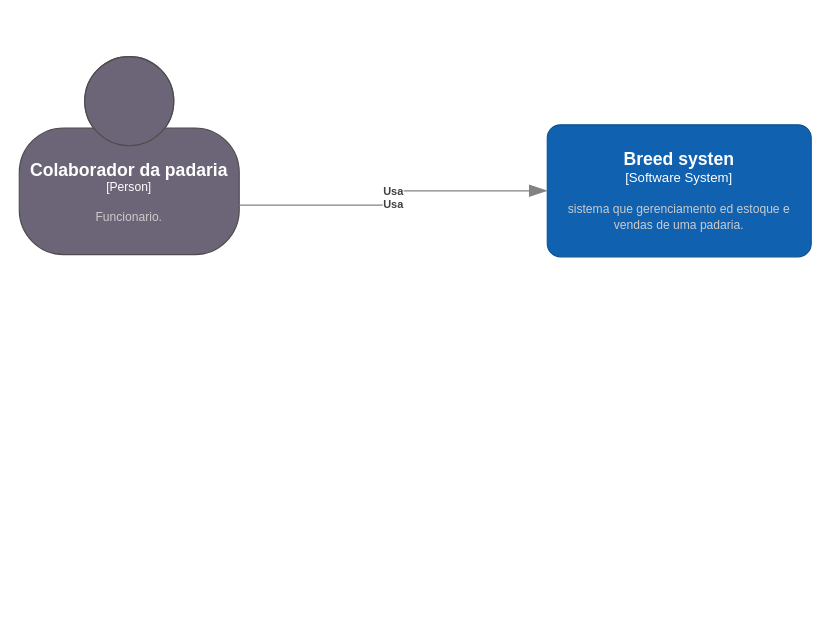
Above: diagrama_padaria.drawio in EduJobs015/web_01_2024 (draw.io), before the change. Source tidied: cells renumbered, new cells numbered last; positions are measured from the earlier drawing's top-left corner, leaving out a move shared by most shapes. Both pictures are drawn from the tidied source at 110%, with x=0, y=0 at pixel (19, 56).
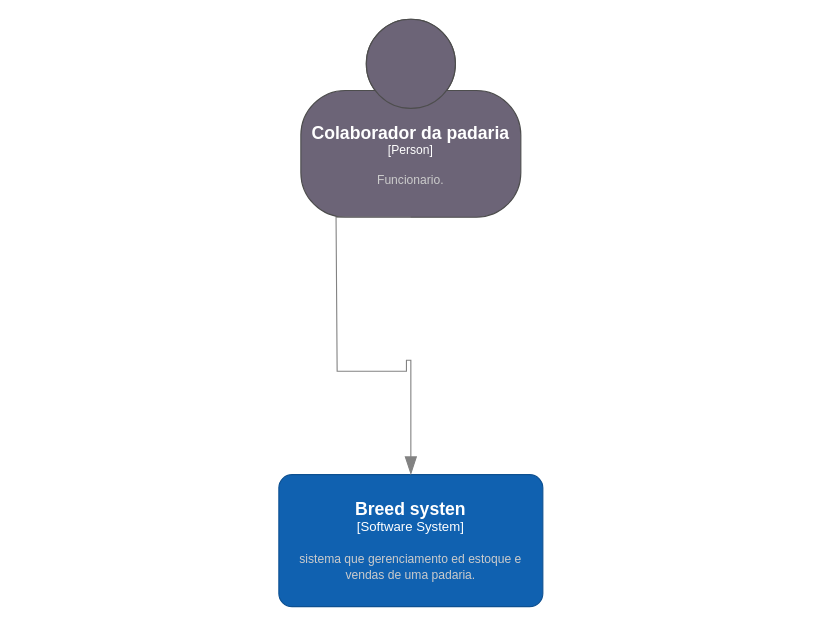
The same diagram, later.

What changed in the source:
```diff
@@
 <mxGraphModel>
   <root>
     <mxCell id="0" />
     <mxCell id="1" parent="0" />
     <object id="2" label="&lt;font style=&quot;font-size: 16px&quot;&gt;&lt;b&gt;%c4Name%&lt;/b&gt;&lt;/font&gt;&lt;div&gt;[%c4Type%]&lt;/div&gt;&lt;br&gt;&lt;div&gt;&lt;font style=&quot;font-size: 11px&quot;&gt;&lt;font color=&quot;#cccccc&quot;&gt;%c4Description%&lt;/font&gt;&lt;/div&gt;" c4Description="Funcionario." c4Name="Colaborador da padaria " c4Type="Person" placeholders="1">
       <mxCell style="html=1;fontSize=11;dashed=0;whiteSpace=wrap;fillColor=#6C6477;strokeColor=#4D4D4D;fontColor=#ffffff;shape=mxgraph.c4.person2;align=center;points=[[0.5,0,0],[1,0.5,0],[1,0.75,0],[0.75,1,0],[0.5,1,0],[0.25,1,0],[0,0.75,0],[0,0.5,0]];" parent="1" vertex="1">
-        <mxGeometry width="200" height="180" as="geometry" />
+        <mxGeometry x="256" y="-34" width="200" height="180" as="geometry" />
       </mxCell>
     </object>
     <object id="3" label="&lt;font style=&quot;font-size: 16px&quot;&gt;&lt;b&gt;%c4Name%&lt;/b&gt;&lt;/font&gt;&lt;div&gt;[%c4Type%]&lt;/div&gt;&lt;br&gt;&lt;div&gt;&lt;font style=&quot;font-size: 11px&quot;&gt;&lt;font color=&quot;#cccccc&quot;&gt;%c4Description%&lt;/font&gt;&lt;/div&gt;" c4Description="sistema que gerenciamento ed estoque e vendas de uma padaria." c4Name="Breed systen" c4Type="Software System" placeholders="1">
       <mxCell style="rounded=1;whiteSpace=wrap;html=1;labelBackgroundColor=none;fillColor=#1061B0;fontColor=#ffffff;align=center;arcSize=10;strokeColor=#0D5091;points=[[0.25,0,0],[0.5,0,0],[0.75,0,0],[1,0.25,0],[1,0.5,0],[1,0.75,0],[0.75,1,0],[0.5,1,0],[0.25,1,0],[0,0.75,0],[0,0.5,0],[0,0.25,0]];" parent="1" vertex="1">
-        <mxGeometry x="480" y="62" width="240" height="120" as="geometry" />
+        <mxGeometry x="236" y="380" width="240" height="120" as="geometry" />
       </mxCell>
     </object>
-    <object id="4" label="&lt;div style=&quot;text-align: left&quot;&gt;&lt;div style=&quot;text-align: center&quot;&gt;&lt;b&gt;%c4Description%&lt;/b&gt;&lt;/div&gt;" c4Description="Usa&#10;Usa" placeholders="1">
-      <mxCell style="endArrow=blockThin;html=1;fontSize=10;fontColor=#404040;strokeWidth=1;endFill=1;strokeColor=#828282;elbow=vertical;endSize=14;startSize=14;jumpStyle=arc;jumpSize=16;rounded=0;edgeStyle=orthogonalEdgeStyle;exitX=1;exitY=0.75;exitDx=0;exitDy=0;exitPerimeter=0;entryX=0;entryY=0.5;entryDx=0;entryDy=0;entryPerimeter=0;" parent="1" edge="1" source="2" target="3">
-        <mxGeometry relative="1" as="geometry" />
-      </mxCell>
-    </object>
+    <mxCell id="4" style="endArrow=blockThin;html=1;fontSize=10;fontColor=#404040;strokeWidth=1;endFill=1;strokeColor=#828282;elbow=vertical;endSize=14;startSize=14;jumpStyle=arc;jumpSize=16;rounded=0;edgeStyle=orthogonalEdgeStyle;entryX=0.5;entryY=0;entryDx=0;entryDy=0;entryPerimeter=0;exitX=0.5;exitY=1;exitDx=0;exitDy=0;exitPerimeter=0;" parent="1" edge="1" source="2" target="3">
+      <mxGeometry relative="1" as="geometry">
+        <Array as="points">
+          <mxPoint x="288" y="146" />
+          <mxPoint x="288" y="222" />
+          <mxPoint x="289" y="222" />
+          <mxPoint x="289" y="286" />
+          <mxPoint x="352" y="286" />
+          <mxPoint x="352" y="276" />
+          <mxPoint x="356" y="276" />
+        </Array>
+      </mxGeometry>
+    </mxCell>
   </root>
 </mxGraphModel>
```
